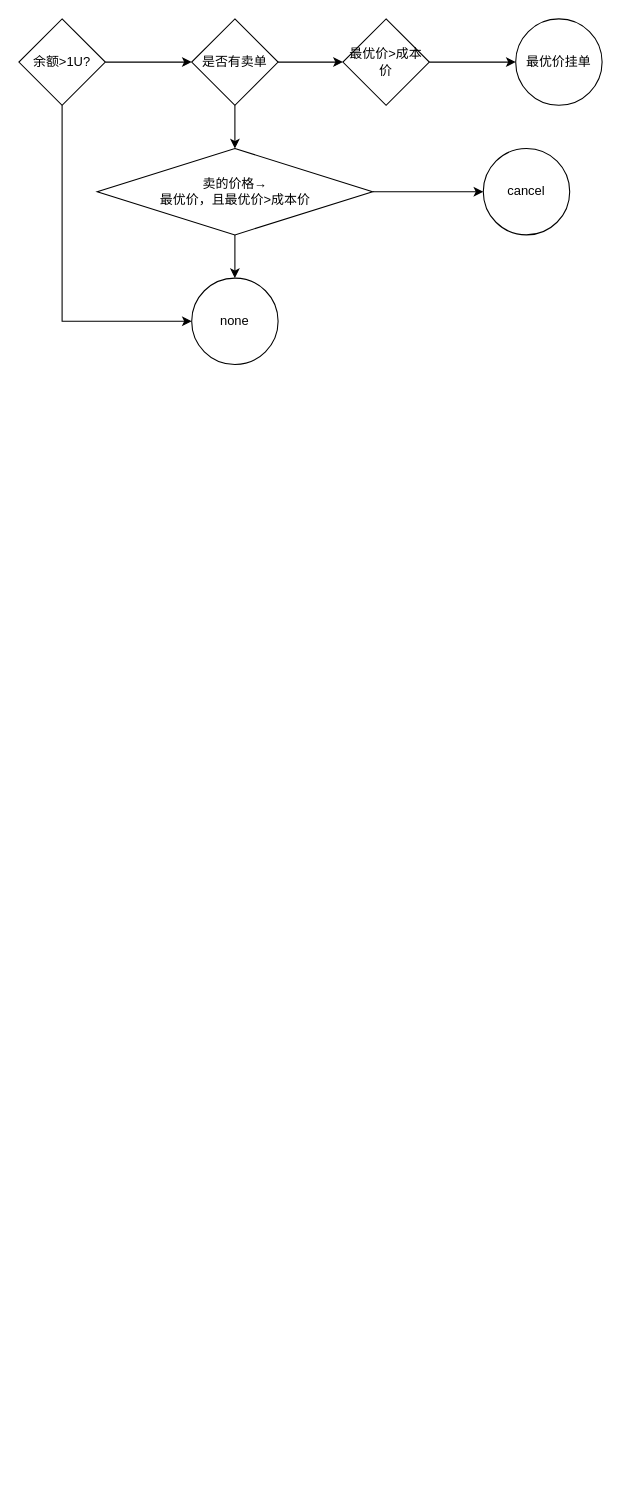
Before: page "自动值守卖" (3 of 5) of gate.drawio in fzuguo/hello-world, a draw.io diagram. Source tidied: cells renumbered, new cells numbered last; positions are measured from the earlier drawing's top-left corner, leaving out a move shared by most shapes. Both pictures are drawn from the tidied source at 108%, with x=0, y=0 at pixel (18, 18).
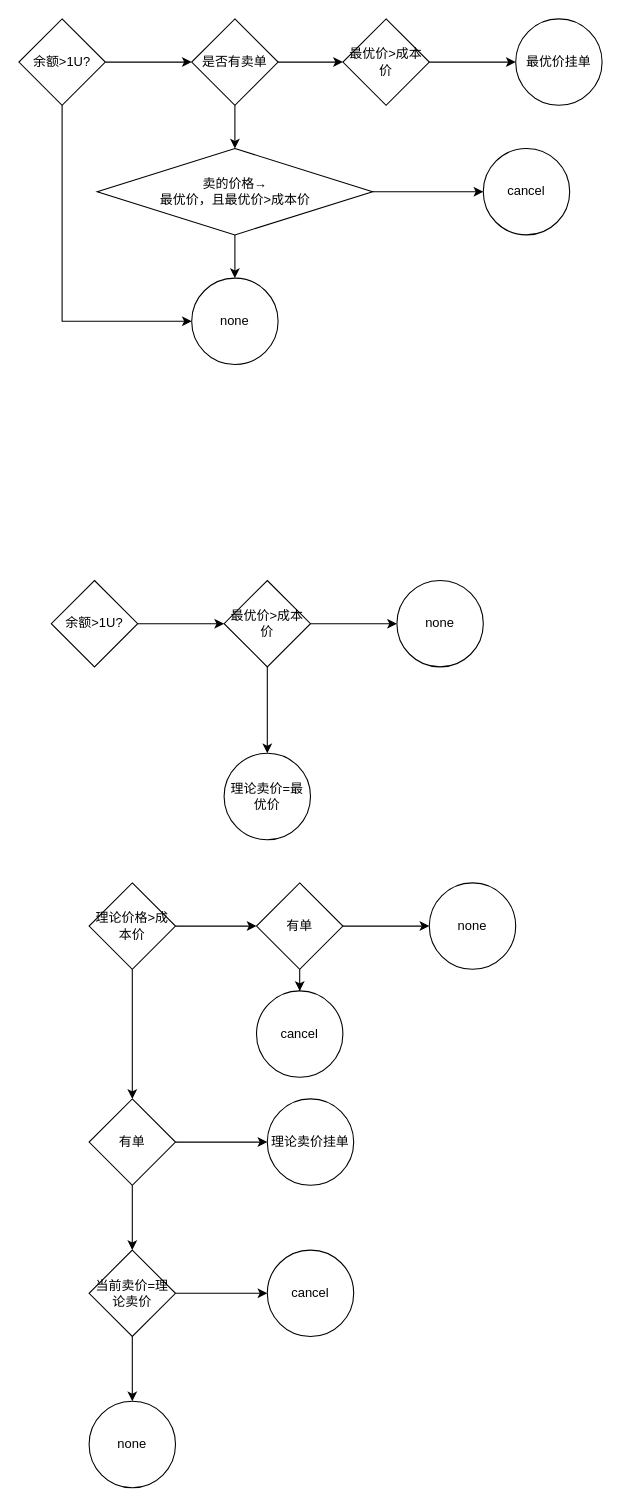
After the change.

What changed in the source:
```diff
@@
+    <mxCell id="16" style="edgeStyle=orthogonalEdgeStyle;rounded=0;jettySize=auto;html=1;" parent="1" edge="1" source="17" target="20">
+      <mxGeometry relative="1" as="geometry" />
+    </mxCell>
+    <mxCell id="17" value="余额&amp;gt;1U?" style="rhombus;whiteSpace=wrap;html=1;" parent="1" vertex="1">
+      <mxGeometry x="30" y="520" width="80" height="80" as="geometry" />
+    </mxCell>
+    <mxCell id="18" style="edgeStyle=orthogonalEdgeStyle;rounded=0;jettySize=auto;html=1;" parent="1" edge="1" source="20" target="21">
+      <mxGeometry relative="1" as="geometry" />
+    </mxCell>
+    <mxCell id="19" style="edgeStyle=orthogonalEdgeStyle;rounded=0;jettySize=auto;html=1;" parent="1" edge="1" source="20" target="22">
+      <mxGeometry relative="1" as="geometry" />
+    </mxCell>
+    <mxCell id="20" value="最优价&amp;gt;成本价" style="rhombus;whiteSpace=wrap;html=1;" parent="1" vertex="1">
+      <mxGeometry x="190" y="520" width="80" height="80" as="geometry" />
+    </mxCell>
+    <mxCell id="21" value="none" style="ellipse;whiteSpace=wrap;html=1;" parent="1" vertex="1">
+      <mxGeometry x="350" y="520" width="80" height="80" as="geometry" />
+    </mxCell>
+    <mxCell id="22" value="理论卖价=最优价" style="ellipse;whiteSpace=wrap;html=1;" parent="1" vertex="1">
+      <mxGeometry x="190" y="680" width="80" height="80" as="geometry" />
+    </mxCell>
+    <mxCell id="23" style="edgeStyle=orthogonalEdgeStyle;rounded=0;jettySize=auto;html=1;" parent="1" edge="1" source="25" target="31">
+      <mxGeometry relative="1" as="geometry" />
+    </mxCell>
+    <mxCell id="24" style="edgeStyle=orthogonalEdgeStyle;rounded=0;jettySize=auto;html=1;exitX=0.5;exitY=1;exitDx=0;exitDy=0;entryX=0.5;entryY=0;entryDx=0;entryDy=0;" parent="1" edge="1" source="25" target="28">
+      <mxGeometry relative="1" as="geometry" />
+    </mxCell>
+    <mxCell id="25" value="有单" style="rhombus;whiteSpace=wrap;html=1;" parent="1" vertex="1">
+      <mxGeometry x="65" y="1000" width="80" height="80" as="geometry" />
+    </mxCell>
+    <mxCell id="26" style="edgeStyle=orthogonalEdgeStyle;rounded=0;jettySize=auto;html=1;" parent="1" edge="1" source="28" target="29">
+      <mxGeometry relative="1" as="geometry" />
+    </mxCell>
+    <mxCell id="27" style="edgeStyle=orthogonalEdgeStyle;rounded=0;jettySize=auto;html=1;" parent="1" edge="1" source="28" target="30">
+      <mxGeometry relative="1" as="geometry" />
+    </mxCell>
+    <mxCell id="28" value="当前卖价=理论卖价" style="rhombus;whiteSpace=wrap;html=1;" parent="1" vertex="1">
+      <mxGeometry x="65" y="1140" width="80" height="80" as="geometry" />
+    </mxCell>
+    <mxCell id="29" value="none" style="ellipse;whiteSpace=wrap;html=1;" parent="1" vertex="1">
+      <mxGeometry x="65" y="1280" width="80" height="80" as="geometry" />
+    </mxCell>
+    <mxCell id="30" value="cancel" style="ellipse;whiteSpace=wrap;html=1;" parent="1" vertex="1">
+      <mxGeometry x="230" y="1140" width="80" height="80" as="geometry" />
+    </mxCell>
+    <mxCell id="31" value="理论卖价挂单" style="ellipse;whiteSpace=wrap;html=1;" parent="1" vertex="1">
+      <mxGeometry x="230" y="1000" width="80" height="80" as="geometry" />
+    </mxCell>
+    <mxCell id="32" style="edgeStyle=orthogonalEdgeStyle;rounded=0;jettySize=auto;html=1;exitX=0.5;exitY=1;exitDx=0;exitDy=0;entryX=0.5;entryY=0;entryDx=0;entryDy=0;" parent="1" edge="1" source="34" target="25">
+      <mxGeometry relative="1" as="geometry" />
+    </mxCell>
+    <mxCell id="33" style="edgeStyle=orthogonalEdgeStyle;rounded=0;jettySize=auto;html=1;" parent="1" edge="1" source="34" target="37">
+      <mxGeometry relative="1" as="geometry" />
+    </mxCell>
+    <mxCell id="34" value="理论价格&amp;gt;成本价" style="rhombus;whiteSpace=wrap;html=1;" parent="1" vertex="1">
+      <mxGeometry x="65" y="800" width="80" height="80" as="geometry" />
+    </mxCell>
+    <mxCell id="35" style="edgeStyle=orthogonalEdgeStyle;rounded=0;jettySize=auto;html=1;" parent="1" edge="1" source="37" target="38">
+      <mxGeometry relative="1" as="geometry" />
+    </mxCell>
+    <mxCell id="36" style="edgeStyle=orthogonalEdgeStyle;rounded=0;jettySize=auto;html=1;" parent="1" edge="1" source="37" target="39">
+      <mxGeometry relative="1" as="geometry" />
+    </mxCell>
+    <mxCell id="37" value="有单" style="rhombus;whiteSpace=wrap;html=1;" parent="1" vertex="1">
+      <mxGeometry x="220" y="800" width="80" height="80" as="geometry" />
+    </mxCell>
+    <mxCell id="38" value="cancel" style="ellipse;whiteSpace=wrap;html=1;" parent="1" vertex="1">
+      <mxGeometry x="220" y="900" width="80" height="80" as="geometry" />
+    </mxCell>
+    <mxCell id="39" value="none" style="ellipse;whiteSpace=wrap;html=1;" parent="1" vertex="1">
+      <mxGeometry x="380" y="800" width="80" height="80" as="geometry" />
+    </mxCell>
```
